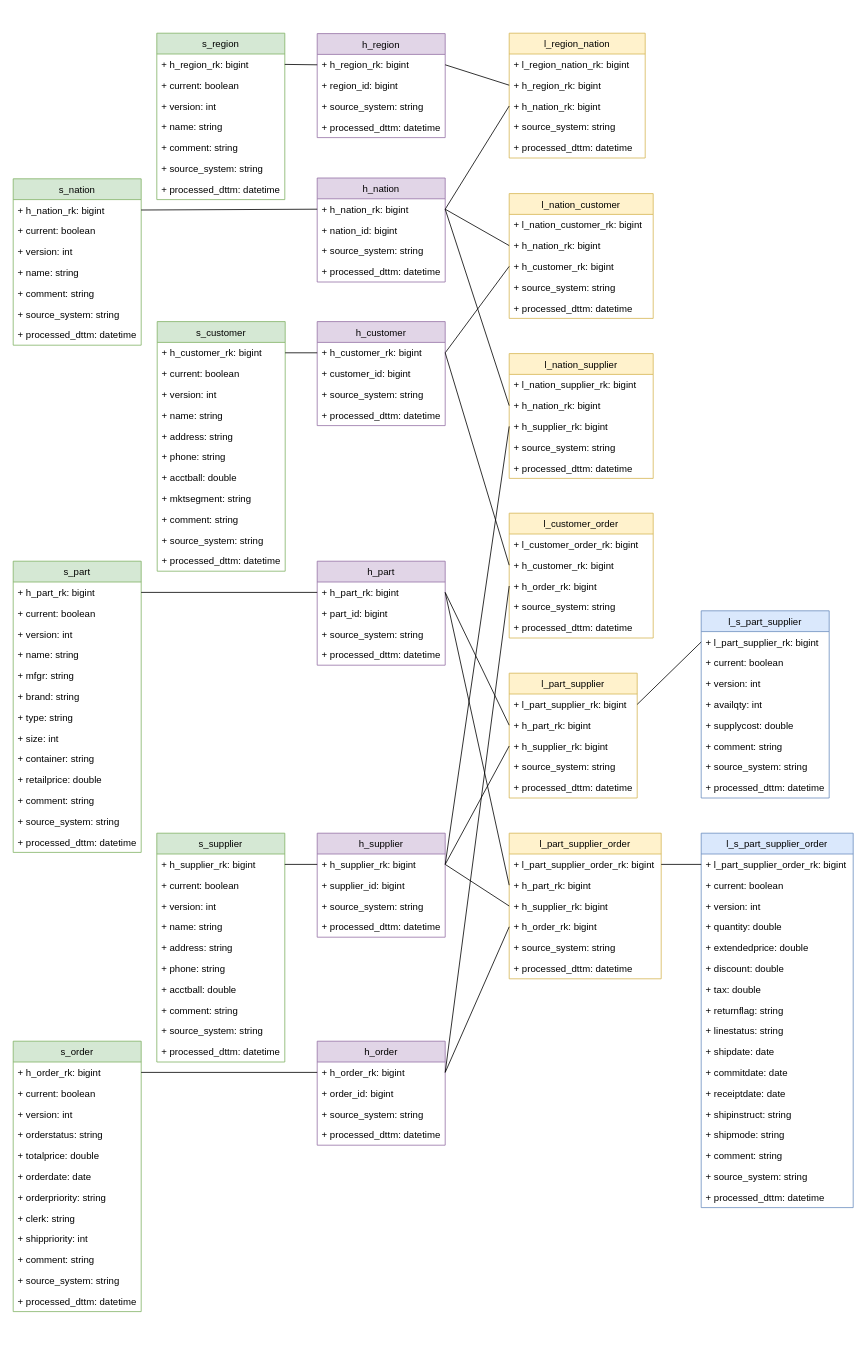
DMfananddu/DWH keeps this draw.io diagram as DZ1/Untitled Diagram.drawio. Above is the earlier version. Source tidied: cells renumbered, new cells numbered last; positions are measured from the earlier drawing's top-left corner, leaving out a move shared by most shapes. Both pictures are drawn from the tidied source at 80%, with x=0, y=0 at pixel (13, 33).
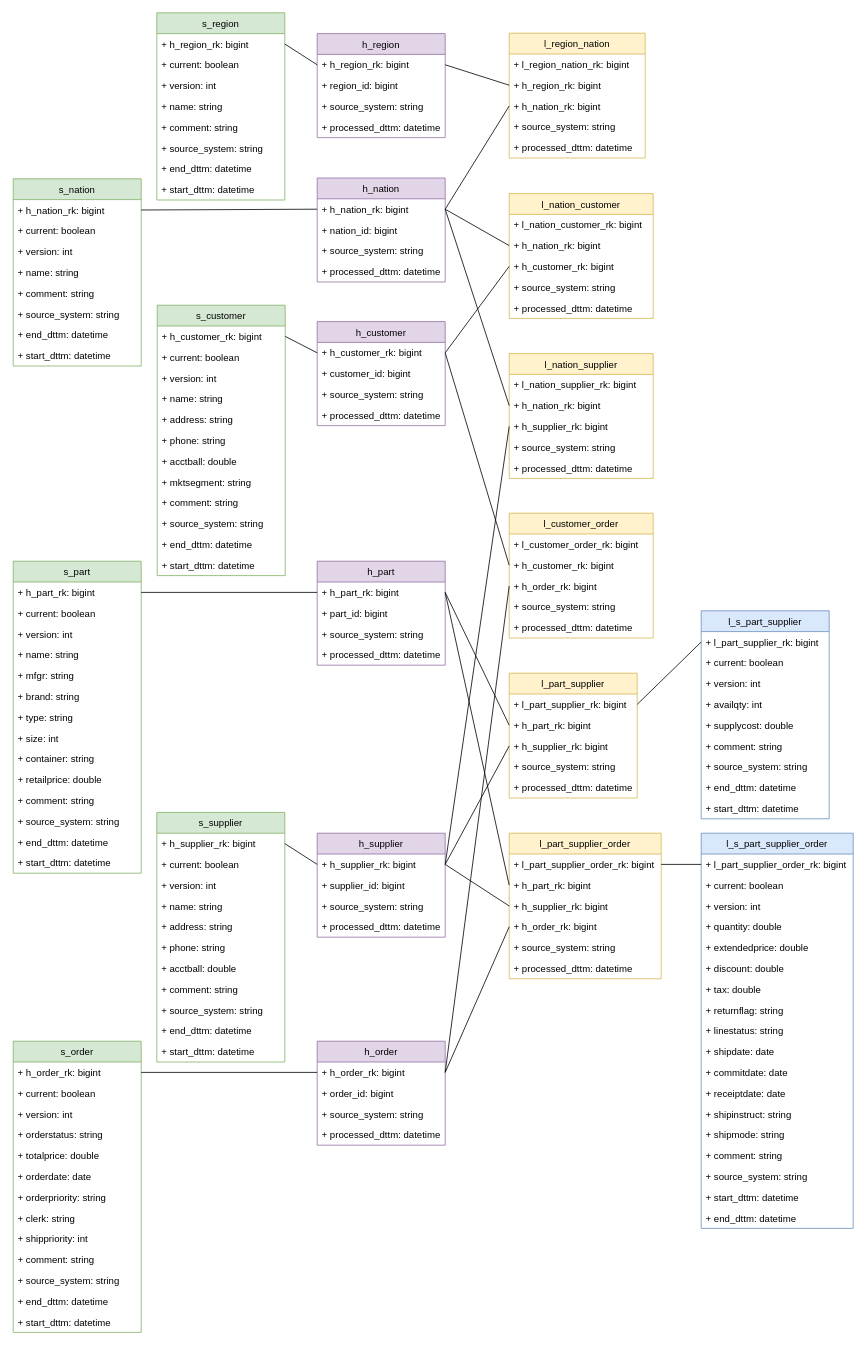
Above is the later version.

Diff of the diagram source:
```diff
@@
     <mxCell id="7" value="s_region" style="swimlane;fontStyle=0;horizontal=1;startSize=26;fillColor=#d5e8d4;strokeColor=#82b366;" parent="1" vertex="1">
-      <mxGeometry x="179.5" width="160" height="208" as="geometry" />
+      <mxGeometry x="179.5" y="-25.5" width="160" height="234" as="geometry" />
     </mxCell>
@@
-    <mxCell id="14" value="+ processed_dttm: datetime" style="text;strokeColor=none;fillColor=none;align=left;verticalAlign=top;spacingLeft=4;spacingRight=4;overflow=hidden;" parent="7" vertex="1">
-      <mxGeometry y="182" width="160" height="26" as="geometry" />
-    </mxCell>
+    <mxCell id="183" value="+ end_dttm: datetime" style="text;strokeColor=none;fillColor=none;align=left;verticalAlign=top;spacingLeft=4;spacingRight=4;overflow=hidden;" parent="7" vertex="1">
+      <mxGeometry y="182" width="160" height="26" as="geometry" />
+    </mxCell>
+    <mxCell id="184" value="+ start_dttm: datetime" style="text;strokeColor=none;fillColor=none;align=left;verticalAlign=top;spacingLeft=4;spacingRight=4;overflow=hidden;" parent="7" vertex="1">
+      <mxGeometry y="208" width="160" height="26" as="geometry" />
+    </mxCell>
@@
     <mxCell id="91" value="s_nation" style="swimlane;fontStyle=0;horizontal=1;startSize=26;fillColor=#d5e8d4;strokeColor=#82b366;" parent="1" vertex="1">
-      <mxGeometry y="182" width="160" height="208" as="geometry" />
+      <mxGeometry y="182" width="160" height="234" as="geometry" />
     </mxCell>
@@
-    <mxCell id="98" value="+ processed_dttm: datetime" style="text;strokeColor=none;fillColor=none;align=left;verticalAlign=top;spacingLeft=4;spacingRight=4;overflow=hidden;" parent="91" vertex="1">
-      <mxGeometry y="182" width="160" height="26" as="geometry" />
-    </mxCell>
+    <mxCell id="185" value="+ end_dttm: datetime" style="text;strokeColor=none;fillColor=none;align=left;verticalAlign=top;spacingLeft=4;spacingRight=4;overflow=hidden;" parent="91" vertex="1">
+      <mxGeometry y="182" width="160" height="26" as="geometry" />
+    </mxCell>
+    <mxCell id="186" value="+ start_dttm: datetime" style="text;strokeColor=none;fillColor=none;align=left;verticalAlign=top;spacingLeft=4;spacingRight=4;overflow=hidden;" parent="91" vertex="1">
+      <mxGeometry y="208" width="160" height="26" as="geometry" />
+    </mxCell>
@@
     <mxCell id="100" value="s_customer" style="swimlane;fontStyle=0;horizontal=1;startSize=26;fillColor=#d5e8d4;strokeColor=#82b366;" parent="1" vertex="1">
-      <mxGeometry x="180" y="360.5" width="160" height="312" as="geometry" />
+      <mxGeometry x="180" y="340" width="160" height="338" as="geometry" />
     </mxCell>
@@
-    <mxCell id="111" value="+ processed_dttm: datetime" style="text;strokeColor=none;fillColor=none;align=left;verticalAlign=top;spacingLeft=4;spacingRight=4;overflow=hidden;" parent="100" vertex="1">
-      <mxGeometry y="286" width="160" height="26" as="geometry" />
-    </mxCell>
+    <mxCell id="187" value="+ end_dttm: datetime" style="text;strokeColor=none;fillColor=none;align=left;verticalAlign=top;spacingLeft=4;spacingRight=4;overflow=hidden;" parent="100" vertex="1">
+      <mxGeometry y="286" width="160" height="26" as="geometry" />
+    </mxCell>
+    <mxCell id="188" value="+ start_dttm: datetime" style="text;strokeColor=none;fillColor=none;align=left;verticalAlign=top;spacingLeft=4;spacingRight=4;overflow=hidden;" parent="100" vertex="1">
+      <mxGeometry y="312" width="160" height="26" as="geometry" />
+    </mxCell>
@@
     <mxCell id="113" value="s_part" style="swimlane;fontStyle=0;horizontal=1;startSize=26;fillColor=#d5e8d4;strokeColor=#82b366;" parent="1" vertex="1">
-      <mxGeometry y="660" width="160" height="364" as="geometry" />
+      <mxGeometry y="660" width="160" height="390" as="geometry" />
     </mxCell>
@@
-    <mxCell id="126" value="+ processed_dttm: datetime" style="text;strokeColor=none;fillColor=none;align=left;verticalAlign=top;spacingLeft=4;spacingRight=4;overflow=hidden;" parent="113" vertex="1">
-      <mxGeometry y="338" width="160" height="26" as="geometry" />
-    </mxCell>
+    <mxCell id="189" value="+ end_dttm: datetime" style="text;strokeColor=none;fillColor=none;align=left;verticalAlign=top;spacingLeft=4;spacingRight=4;overflow=hidden;" parent="113" vertex="1">
+      <mxGeometry y="338" width="160" height="26" as="geometry" />
+    </mxCell>
+    <mxCell id="190" value="+ start_dttm: datetime" style="text;strokeColor=none;fillColor=none;align=left;verticalAlign=top;spacingLeft=4;spacingRight=4;overflow=hidden;" parent="113" vertex="1">
+      <mxGeometry y="364" width="160" height="26" as="geometry" />
+    </mxCell>
@@
     <mxCell id="128" value="s_supplier" style="swimlane;fontStyle=0;horizontal=1;startSize=26;fillColor=#d5e8d4;strokeColor=#82b366;" parent="1" vertex="1">
-      <mxGeometry x="179.5" y="1000" width="160" height="286" as="geometry" />
+      <mxGeometry x="179.5" y="974" width="160" height="312" as="geometry" />
     </mxCell>
@@
-    <mxCell id="138" value="+ processed_dttm: datetime" style="text;strokeColor=none;fillColor=none;align=left;verticalAlign=top;spacingLeft=4;spacingRight=4;overflow=hidden;" parent="128" vertex="1">
-      <mxGeometry y="260" width="160" height="26" as="geometry" />
-    </mxCell>
+    <mxCell id="191" value="+ end_dttm: datetime" style="text;strokeColor=none;fillColor=none;align=left;verticalAlign=top;spacingLeft=4;spacingRight=4;overflow=hidden;" parent="128" vertex="1">
+      <mxGeometry y="260" width="160" height="26" as="geometry" />
+    </mxCell>
+    <mxCell id="192" value="+ start_dttm: datetime" style="text;strokeColor=none;fillColor=none;align=left;verticalAlign=top;spacingLeft=4;spacingRight=4;overflow=hidden;" parent="128" vertex="1">
+      <mxGeometry y="286" width="160" height="26" as="geometry" />
+    </mxCell>
     <mxCell id="139" value="s_order" style="swimlane;fontStyle=0;horizontal=1;startSize=26;fillColor=#d5e8d4;strokeColor=#82b366;" parent="1" vertex="1">
-      <mxGeometry y="1260" width="160" height="338" as="geometry" />
+      <mxGeometry y="1260" width="160" height="364" as="geometry" />
     </mxCell>
@@
-    <mxCell id="151" value="+ processed_dttm: datetime" style="text;strokeColor=none;fillColor=none;align=left;verticalAlign=top;spacingLeft=4;spacingRight=4;overflow=hidden;" parent="139" vertex="1">
-      <mxGeometry y="312" width="160" height="26" as="geometry" />
-    </mxCell>
+    <mxCell id="193" value="+ end_dttm: datetime" style="text;strokeColor=none;fillColor=none;align=left;verticalAlign=top;spacingLeft=4;spacingRight=4;overflow=hidden;" parent="139" vertex="1">
+      <mxGeometry y="312" width="160" height="26" as="geometry" />
+    </mxCell>
+    <mxCell id="194" value="+ start_dttm: datetime" style="text;strokeColor=none;fillColor=none;align=left;verticalAlign=top;spacingLeft=4;spacingRight=4;overflow=hidden;" parent="139" vertex="1">
+      <mxGeometry y="338" width="160" height="26" as="geometry" />
+    </mxCell>
@@
     <mxCell id="154" value="l_s_part_supplier" style="swimlane;fontStyle=0;horizontal=1;startSize=26;fillColor=#dae8fc;strokeColor=#6c8ebf;" parent="1" vertex="1">
-      <mxGeometry x="860" y="722" width="160" height="234" as="geometry" />
+      <mxGeometry x="860" y="722" width="160" height="260" as="geometry" />
     </mxCell>
@@
-    <mxCell id="162" value="+ processed_dttm: datetime" style="text;strokeColor=none;fillColor=none;align=left;verticalAlign=top;spacingLeft=4;spacingRight=4;overflow=hidden;" parent="154" vertex="1">
-      <mxGeometry y="208" width="160" height="26" as="geometry" />
-    </mxCell>
+    <mxCell id="195" value="+ end_dttm: datetime" style="text;strokeColor=none;fillColor=none;align=left;verticalAlign=top;spacingLeft=4;spacingRight=4;overflow=hidden;" parent="154" vertex="1">
+      <mxGeometry y="208" width="160" height="26" as="geometry" />
+    </mxCell>
+    <mxCell id="196" value="+ start_dttm: datetime" style="text;strokeColor=none;fillColor=none;align=left;verticalAlign=top;spacingLeft=4;spacingRight=4;overflow=hidden;" parent="154" vertex="1">
+      <mxGeometry y="234" width="160" height="26" as="geometry" />
+    </mxCell>
     <mxCell id="163" value="l_s_part_supplier_order" style="swimlane;fontStyle=0;horizontal=1;startSize=26;fillColor=#dae8fc;strokeColor=#6c8ebf;" parent="1" vertex="1">
-      <mxGeometry x="860" y="1000" width="190" height="468" as="geometry" />
+      <mxGeometry x="860" y="1000" width="190" height="494" as="geometry" />
     </mxCell>
@@
-    <mxCell id="180" value="+ processed_dttm: datetime" style="text;strokeColor=none;fillColor=none;align=left;verticalAlign=top;spacingLeft=4;spacingRight=4;overflow=hidden;" parent="163" vertex="1">
-      <mxGeometry y="442" width="190" height="26" as="geometry" />
-    </mxCell>
+    <mxCell id="197" value="+ start_dttm: datetime" style="text;strokeColor=none;fillColor=none;align=left;verticalAlign=top;spacingLeft=4;spacingRight=4;overflow=hidden;" parent="163" vertex="1">
+      <mxGeometry y="442" width="190" height="26" as="geometry" />
+    </mxCell>
+    <mxCell id="198" value="+ end_dttm: datetime" style="text;strokeColor=none;fillColor=none;align=left;verticalAlign=top;spacingLeft=4;spacingRight=4;overflow=hidden;" parent="163" vertex="1">
+      <mxGeometry y="468" width="190" height="26" as="geometry" />
+    </mxCell>
```
